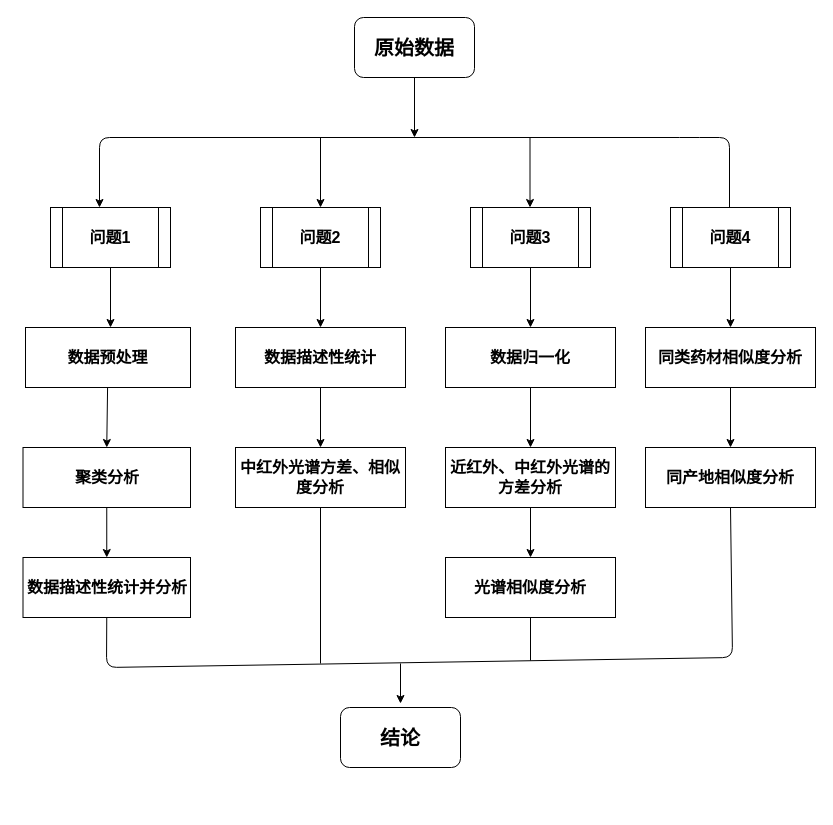
enrichskill/JavaWeb keeps this draw.io diagram as Untitled Diagram.drawio. Above is the earlier version. Source tidied: cells renumbered, new cells numbered last; positions are measured from the earlier drawing's top-left corner, leaving out a move shared by most shapes. Both pictures are drawn from the tidied source at 100%, with x=0, y=0 at pixel (22, 17).
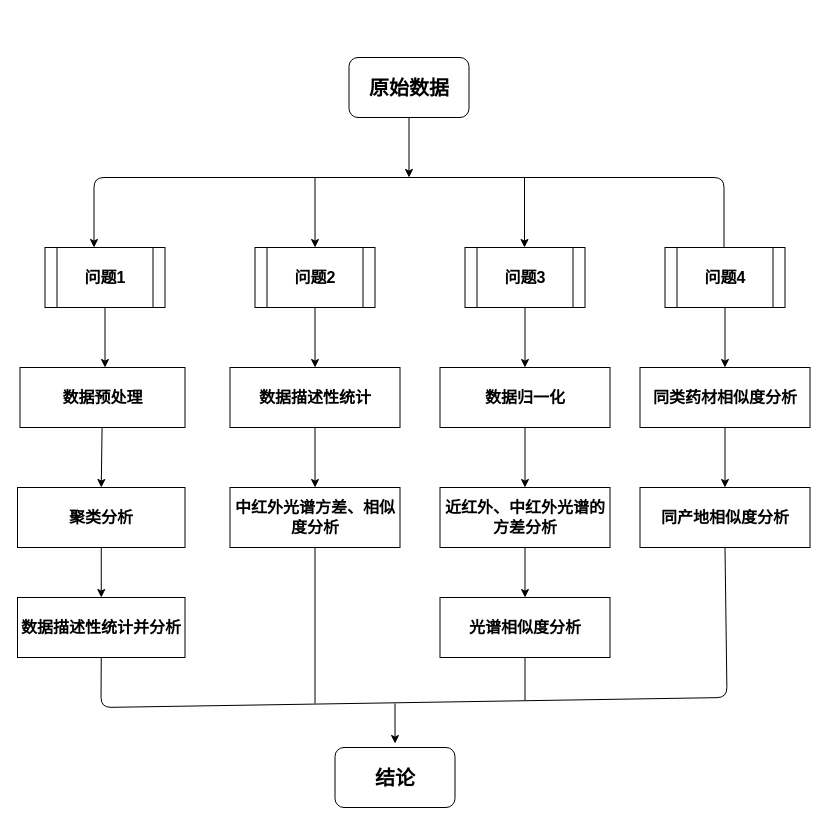
After the change.

The edit, as a diff of the source:
```diff
@@
+    <mxCell id="36" style="group;" parent="1" vertex="1">
+      <mxGeometry x="-5" y="40" width="792.5" height="750" as="geometry" />
+    </mxCell>
-    <mxCell id="2" style="edgeStyle=none;rounded=0;jettySize=auto;html=1;exitX=0.5;exitY=1;exitDx=0;exitDy=0;" parent="1" edge="1" source="3">
-      <mxGeometry x="22.5" as="geometry">
-        <mxPoint x="392" y="120" as="targetPoint" />
+    <mxCell id="2" style="edgeStyle=none;rounded=0;jettySize=auto;html=1;exitX=0.5;exitY=1;exitDx=0;exitDy=0;" parent="36" edge="1" source="3">
+      <mxGeometry as="geometry">
+        <mxPoint x="391.5" y="120" as="targetPoint" />
       </mxGeometry>
     </mxCell>
-    <mxCell id="3" value="原始数据" style="rounded=1;whiteSpace=wrap;html=1;fontSize=20;fontStyle=1;" parent="1" vertex="1">
-      <mxGeometry x="332" width="120" height="60" as="geometry" />
+    <mxCell id="3" value="原始数据" style="rounded=1;whiteSpace=wrap;html=1;fontSize=20;fontStyle=1;" parent="36" vertex="1">
+      <mxGeometry x="331.5" width="120" height="60" as="geometry" />
     </mxCell>
-    <mxCell id="4" style="edgeStyle=none;rounded=0;orthogonalLoop=1;jettySize=auto;html=1;" parent="1" edge="1">
-      <mxGeometry x="22.5" as="geometry">
-        <mxPoint x="88" y="250" as="sourcePoint" />
-        <mxPoint x="88" y="310" as="targetPoint" />
+    <mxCell id="4" style="edgeStyle=none;rounded=0;orthogonalLoop=1;jettySize=auto;html=1;" parent="36" edge="1">
+      <mxGeometry as="geometry">
+        <mxPoint x="87.5" y="250" as="sourcePoint" />
+        <mxPoint x="87.5" y="310" as="targetPoint" />
       </mxGeometry>
     </mxCell>
-    <mxCell id="5" style="edgeStyle=none;rounded=0;jettySize=auto;html=1;exitX=0.5;exitY=1;exitDx=0;exitDy=0;entryX=0.5;entryY=0;entryDx=0;entryDy=0;" parent="1" edge="1" source="34" target="21">
-      <mxGeometry x="22.5" as="geometry" />
-    </mxCell>
-    <mxCell id="6" style="endArrow=classic;html=1;" parent="1" edge="1">
-      <mxGeometry x="22.5" as="geometry">
-        <mxPoint x="298" y="120" as="sourcePoint" />
-        <mxPoint x="298" y="190" as="targetPoint" />
+    <mxCell id="6" style="endArrow=classic;html=1;" parent="36" edge="1">
+      <mxGeometry as="geometry">
+        <mxPoint x="297.5" y="120" as="sourcePoint" />
+        <mxPoint x="297.5" y="190" as="targetPoint" />
       </mxGeometry>
     </mxCell>
-    <mxCell id="7" style="endArrow=classic;html=1;entryX=0.5;entryY=0;entryDx=0;entryDy=0;" parent="1" edge="1">
-      <mxGeometry x="22.5" as="geometry">
-        <mxPoint x="507.5" y="120" as="sourcePoint" />
-        <mxPoint x="507.5" y="190" as="targetPoint" />
+    <mxCell id="7" style="endArrow=classic;html=1;entryX=0.5;entryY=0;entryDx=0;entryDy=0;" parent="36" edge="1">
+      <mxGeometry as="geometry">
+        <mxPoint x="507" y="120" as="sourcePoint" />
+        <mxPoint x="507" y="190" as="targetPoint" />
       </mxGeometry>
     </mxCell>
-    <mxCell id="8" style="endArrow=classic;startArrow=classic;html=1;exitX=0.5;exitY=0;exitDx=0;exitDy=0;" parent="1" edge="1">
-      <mxGeometry x="11.5" as="geometry">
-        <mxPoint x="77" y="190" as="sourcePoint" />
-        <mxPoint x="707" y="200" as="targetPoint" />
+    <mxCell id="8" style="endArrow=classic;startArrow=classic;html=1;exitX=0.5;exitY=0;exitDx=0;exitDy=0;" parent="36" edge="1">
+      <mxGeometry x="-11" as="geometry">
+        <mxPoint x="76.5" y="190" as="sourcePoint" />
+        <mxPoint x="706.5" y="200" as="targetPoint" />
         <Array as="points">
-          <mxPoint x="77" y="120" />
-          <mxPoint x="667" y="120" />
-          <mxPoint x="707" y="120" />
+          <mxPoint x="76.5" y="120" />
+          <mxPoint x="666.5" y="120" />
+          <mxPoint x="706.5" y="120" />
         </Array>
       </mxGeometry>
     </mxCell>
-    <mxCell id="9" value="数据预处理" style="rounded=0;whiteSpace=wrap;html=1;fontSize=16;fontStyle=1;" parent="1" vertex="1">
-      <mxGeometry x="3" y="310" width="165" height="60" as="geometry" />
+    <mxCell id="9" value="数据预处理" style="rounded=0;whiteSpace=wrap;html=1;fontSize=16;fontStyle=1;" parent="36" vertex="1">
+      <mxGeometry x="2.5" y="310" width="165" height="60" as="geometry" />
     </mxCell>
-    <mxCell id="10" value="问题1" style="shape=process;whiteSpace=wrap;html=1;backgroundOutline=1;strokeWidth=1;fontSize=16;fontStyle=1;" parent="1" vertex="1">
-      <mxGeometry x="28" y="190" width="120" height="60" as="geometry" />
+    <mxCell id="10" value="问题1" style="shape=process;whiteSpace=wrap;html=1;backgroundOutline=1;strokeWidth=1;fontSize=16;fontStyle=1;" parent="36" vertex="1">
+      <mxGeometry x="27.5" y="190" width="120" height="60" as="geometry" />
     </mxCell>
-    <mxCell id="11" value="问题2" style="shape=process;whiteSpace=wrap;html=1;backgroundOutline=1;strokeWidth=1;fontSize=16;fontStyle=1;" parent="1" vertex="1">
-      <mxGeometry x="238" y="190" width="120" height="60" as="geometry" />
+    <mxCell id="11" value="问题2" style="shape=process;whiteSpace=wrap;html=1;backgroundOutline=1;strokeWidth=1;fontSize=16;fontStyle=1;" parent="36" vertex="1">
+      <mxGeometry x="237.5" y="190" width="120" height="60" as="geometry" />
     </mxCell>
-    <mxCell id="12" value="问题3" style="shape=process;whiteSpace=wrap;html=1;backgroundOutline=1;strokeWidth=1;fontSize=16;fontStyle=1;" parent="1" vertex="1">
-      <mxGeometry x="448" y="190" width="120" height="60" as="geometry" />
+    <mxCell id="12" value="问题3" style="shape=process;whiteSpace=wrap;html=1;backgroundOutline=1;strokeWidth=1;fontSize=16;fontStyle=1;" parent="36" vertex="1">
+      <mxGeometry x="447.5" y="190" width="120" height="60" as="geometry" />
     </mxCell>
-    <mxCell id="13" value="聚类分析" style="rounded=0;whiteSpace=wrap;html=1;fontSize=16;fontStyle=1;" parent="1" vertex="1">
-      <mxGeometry x="0.5" y="430" width="167.5" height="60" as="geometry" />
+    <mxCell id="13" value="聚类分析" style="rounded=0;whiteSpace=wrap;html=1;fontSize=16;fontStyle=1;" parent="36" vertex="1">
+      <mxGeometry y="430" width="167.5" height="60" as="geometry" />
     </mxCell>
-    <mxCell id="14" style="edgeStyle=none;rounded=0;jettySize=auto;html=1;entryX=0.5;entryY=0;entryDx=0;entryDy=0;" parent="1" edge="1" source="9" target="13">
-      <mxGeometry x="22.5" as="geometry" />
+    <mxCell id="14" style="edgeStyle=none;rounded=0;jettySize=auto;html=1;entryX=0.5;entryY=0;entryDx=0;entryDy=0;" parent="36" edge="1" source="9" target="13">
+      <mxGeometry as="geometry" />
     </mxCell>
-    <mxCell id="15" value="数据描述性统计" style="rounded=0;whiteSpace=wrap;html=1;fontSize=16;fontStyle=1;" parent="1" vertex="1">
-      <mxGeometry x="213" y="310" width="170" height="60" as="geometry" />
+    <mxCell id="15" value="数据描述性统计" style="rounded=0;whiteSpace=wrap;html=1;fontSize=16;fontStyle=1;" parent="36" vertex="1">
+      <mxGeometry x="212.5" y="310" width="170" height="60" as="geometry" />
     </mxCell>
-    <mxCell id="16" style="edgeStyle=none;rounded=0;jettySize=auto;html=1;entryX=0.5;entryY=0;entryDx=0;entryDy=0;" parent="1" edge="1" source="11" target="15">
-      <mxGeometry x="22.5" as="geometry" />
+    <mxCell id="16" style="edgeStyle=none;rounded=0;jettySize=auto;html=1;entryX=0.5;entryY=0;entryDx=0;entryDy=0;" parent="36" edge="1" source="11" target="15">
+      <mxGeometry as="geometry" />
     </mxCell>
-    <mxCell id="17" value="中红外光谱方差、相似度分析" style="rounded=0;whiteSpace=wrap;html=1;fontSize=16;fontStyle=1;" parent="1" vertex="1">
-      <mxGeometry x="213" y="430" width="170" height="60" as="geometry" />
+    <mxCell id="17" value="中红外光谱方差、相似度分析" style="rounded=0;whiteSpace=wrap;html=1;fontSize=16;fontStyle=1;" parent="36" vertex="1">
+      <mxGeometry x="212.5" y="430" width="170" height="60" as="geometry" />
     </mxCell>
-    <mxCell id="18" style="edgeStyle=none;rounded=0;jettySize=auto;html=1;entryX=0.5;entryY=0;entryDx=0;entryDy=0;" parent="1" edge="1" source="15" target="17">
-      <mxGeometry x="22.5" as="geometry" />
+    <mxCell id="18" style="edgeStyle=none;rounded=0;jettySize=auto;html=1;entryX=0.5;entryY=0;entryDx=0;entryDy=0;" parent="36" edge="1" source="15" target="17">
+      <mxGeometry as="geometry" />
     </mxCell>
-    <mxCell id="19" value="数据归一化" style="rounded=0;whiteSpace=wrap;html=1;fontSize=16;fontStyle=1;" parent="1" vertex="1">
-      <mxGeometry x="423" y="310" width="170" height="60" as="geometry" />
+    <mxCell id="19" value="数据归一化" style="rounded=0;whiteSpace=wrap;html=1;fontSize=16;fontStyle=1;" parent="36" vertex="1">
+      <mxGeometry x="422.5" y="310" width="170" height="60" as="geometry" />
     </mxCell>
-    <mxCell id="20" style="edgeStyle=none;rounded=0;jettySize=auto;html=1;entryX=0.5;entryY=0;entryDx=0;entryDy=0;" parent="1" edge="1" source="12" target="19">
-      <mxGeometry x="22.5" as="geometry" />
+    <mxCell id="20" style="edgeStyle=none;rounded=0;jettySize=auto;html=1;entryX=0.5;entryY=0;entryDx=0;entryDy=0;" parent="36" edge="1" source="12" target="19">
+      <mxGeometry as="geometry" />
     </mxCell>
-    <mxCell id="21" value="同类药材相似度分析" style="rounded=0;whiteSpace=wrap;html=1;fontSize=16;fontStyle=1;" parent="1" vertex="1">
-      <mxGeometry x="623" y="310" width="170" height="60" as="geometry" />
+    <mxCell id="21" value="同类药材相似度分析" style="rounded=0;whiteSpace=wrap;html=1;fontSize=16;fontStyle=1;" parent="36" vertex="1">
+      <mxGeometry x="622.5" y="310" width="170" height="60" as="geometry" />
     </mxCell>
-    <mxCell id="22" value="近红外、中红外光谱的方差分析" style="rounded=0;whiteSpace=wrap;html=1;fontSize=16;fontStyle=1;" parent="1" vertex="1">
-      <mxGeometry x="423" y="430" width="170" height="60" as="geometry" />
+    <mxCell id="22" value="近红外、中红外光谱的方差分析" style="rounded=0;whiteSpace=wrap;html=1;fontSize=16;fontStyle=1;" parent="36" vertex="1">
+      <mxGeometry x="422.5" y="430" width="170" height="60" as="geometry" />
     </mxCell>
-    <mxCell id="23" style="edgeStyle=none;rounded=0;jettySize=auto;html=1;exitX=0.5;exitY=1;exitDx=0;exitDy=0;entryX=0.5;entryY=0;entryDx=0;entryDy=0;" parent="1" edge="1" source="19" target="22">
-      <mxGeometry x="22.5" as="geometry" />
+    <mxCell id="23" style="edgeStyle=none;rounded=0;jettySize=auto;html=1;exitX=0.5;exitY=1;exitDx=0;exitDy=0;entryX=0.5;entryY=0;entryDx=0;entryDy=0;" parent="36" edge="1" source="19" target="22">
+      <mxGeometry as="geometry" />
     </mxCell>
-    <mxCell id="24" value="同产地相似度分析" style="whiteSpace=wrap;html=1;strokeWidth=1;fontSize=16;fontStyle=1;" parent="1" vertex="1">
-      <mxGeometry x="623" y="430" width="170" height="60" as="geometry" />
+    <mxCell id="24" value="同产地相似度分析" style="whiteSpace=wrap;html=1;strokeWidth=1;fontSize=16;fontStyle=1;" parent="36" vertex="1">
+      <mxGeometry x="622.5" y="430" width="170" height="60" as="geometry" />
     </mxCell>
-    <mxCell id="25" style="edgeStyle=none;rounded=0;jettySize=auto;html=1;exitX=0.5;exitY=1;exitDx=0;exitDy=0;" parent="1" edge="1" source="21">
-      <mxGeometry x="22.5" as="geometry">
-        <mxPoint x="708" y="430" as="targetPoint" />
+    <mxCell id="25" style="edgeStyle=none;rounded=0;jettySize=auto;html=1;exitX=0.5;exitY=1;exitDx=0;exitDy=0;" parent="36" edge="1" source="21">
+      <mxGeometry as="geometry">
+        <mxPoint x="707.5" y="430" as="targetPoint" />
       </mxGeometry>
     </mxCell>
-    <mxCell id="26" value="&lt;span style=&quot;font-size: 16px;&quot;&gt;数据描述性统计并分析&lt;/span&gt;" style="rounded=0;whiteSpace=wrap;html=1;fontSize=16;fontStyle=1;" parent="1" vertex="1">
-      <mxGeometry x="0.5" y="540" width="167.5" height="60" as="geometry" />
+    <mxCell id="26" value="&lt;span style=&quot;font-size: 16px;&quot;&gt;数据描述性统计并分析&lt;/span&gt;" style="rounded=0;whiteSpace=wrap;html=1;fontSize=16;fontStyle=1;" parent="36" vertex="1">
+      <mxGeometry y="540" width="167.5" height="60" as="geometry" />
     </mxCell>
-    <mxCell id="27" style="edgeStyle=none;rounded=0;jettySize=auto;html=1;entryX=0.5;entryY=0;entryDx=0;entryDy=0;" parent="1" edge="1" source="13" target="26">
-      <mxGeometry x="22.5" as="geometry" />
+    <mxCell id="27" style="edgeStyle=none;rounded=0;jettySize=auto;html=1;entryX=0.5;entryY=0;entryDx=0;entryDy=0;" parent="36" edge="1" source="13" target="26">
+      <mxGeometry as="geometry" />
     </mxCell>
-    <mxCell id="28" value="光谱相似度分析" style="whiteSpace=wrap;html=1;strokeWidth=1;fontSize=16;fontStyle=1;" parent="1" vertex="1">
-      <mxGeometry x="423" y="540" width="170" height="60" as="geometry" />
+    <mxCell id="28" value="光谱相似度分析" style="whiteSpace=wrap;html=1;strokeWidth=1;fontSize=16;fontStyle=1;" parent="36" vertex="1">
+      <mxGeometry x="422.5" y="540" width="170" height="60" as="geometry" />
     </mxCell>
-    <mxCell id="29" style="edgeStyle=none;rounded=0;jettySize=auto;html=1;entryX=0.5;entryY=0;entryDx=0;entryDy=0;" parent="1" edge="1" source="22" target="28">
-      <mxGeometry x="22.5" as="geometry" />
+    <mxCell id="29" style="edgeStyle=none;rounded=0;jettySize=auto;html=1;entryX=0.5;entryY=0;entryDx=0;entryDy=0;" parent="36" edge="1" source="22" target="28">
+      <mxGeometry as="geometry" />
     </mxCell>
-    <mxCell id="30" value="结论" style="rounded=1;whiteSpace=wrap;html=1;strokeWidth=1;fontSize=20;fontStyle=1;" parent="1" vertex="1">
-      <mxGeometry x="318" y="690" width="120" height="60" as="geometry" />
+    <mxCell id="30" value="结论" style="rounded=1;whiteSpace=wrap;html=1;strokeWidth=1;fontSize=20;fontStyle=1;" parent="36" vertex="1">
+      <mxGeometry x="317.5" y="690" width="120" height="60" as="geometry" />
     </mxCell>
-    <mxCell id="31" style="endArrow=none;html=1;exitX=0.5;exitY=1;exitDx=0;exitDy=0;entryX=0.5;entryY=1;entryDx=0;entryDy=0;" parent="1" edge="1" source="26" target="24">
-      <mxGeometry x="22.5" as="geometry">
+    <mxCell id="31" style="endArrow=none;html=1;exitX=0.5;exitY=1;exitDx=0;exitDy=0;entryX=0.5;entryY=1;entryDx=0;entryDy=0;" parent="36" edge="1" source="26" target="24">
+      <mxGeometry as="geometry">
         <Array as="points">
-          <mxPoint x="84" y="650" />
-          <mxPoint x="710" y="640" />
+          <mxPoint x="83.5" y="650" />
+          <mxPoint x="709.5" y="640" />
         </Array>
       </mxGeometry>
     </mxCell>
-    <mxCell id="32" style="endArrow=none;html=1;" parent="1" edge="1">
-      <mxGeometry x="22.5" y="-20" as="geometry">
-        <mxPoint x="508" y="600" as="sourcePoint" />
-        <mxPoint x="508" y="643" as="targetPoint" />
+    <mxCell id="32" style="endArrow=none;html=1;" parent="36" edge="1">
+      <mxGeometry y="-20" as="geometry">
+        <mxPoint x="507.5" y="600" as="sourcePoint" />
+        <mxPoint x="507.5" y="643" as="targetPoint" />
       </mxGeometry>
     </mxCell>
-    <mxCell id="33" style="endArrow=none;html=1;entryX=0.5;entryY=1;entryDx=0;entryDy=0;" parent="1" edge="1" target="17">
-      <mxGeometry x="22.5" y="6" as="geometry">
-        <mxPoint x="298" y="646" as="sourcePoint" />
+    <mxCell id="33" style="endArrow=none;html=1;entryX=0.5;entryY=1;entryDx=0;entryDy=0;" parent="36" edge="1" target="17">
+      <mxGeometry y="6" as="geometry">
+        <mxPoint x="297.5" y="646" as="sourcePoint" />
       </mxGeometry>
     </mxCell>
-    <mxCell id="34" value="问题4" style="shape=process;whiteSpace=wrap;html=1;backgroundOutline=1;strokeWidth=1;fontSize=16;fontStyle=1;" parent="1" vertex="1">
-      <mxGeometry x="648" y="190" width="120" height="60" as="geometry" />
+    <mxCell id="34" value="问题4" style="shape=process;whiteSpace=wrap;html=1;backgroundOutline=1;strokeWidth=1;fontSize=16;fontStyle=1;" parent="36" vertex="1">
+      <mxGeometry x="647.5" y="190" width="120" height="60" as="geometry" />
     </mxCell>
+    <mxCell id="5" style="edgeStyle=none;rounded=0;jettySize=auto;html=1;exitX=0.5;exitY=1;exitDx=0;exitDy=0;entryX=0.5;entryY=0;entryDx=0;entryDy=0;" parent="36" edge="1" source="34" target="21">
+      <mxGeometry as="geometry" />
+    </mxCell>
-    <mxCell id="35" style="endArrow=classic;html=1;entryX=0.5;entryY=0;entryDx=0;entryDy=0;" parent="1" edge="1">
+    <mxCell id="35" style="endArrow=classic;html=1;entryX=0.5;entryY=0;entryDx=0;entryDy=0;" parent="36" edge="1">
       <mxGeometry relative="1" as="geometry">
-        <mxPoint x="378" y="646" as="sourcePoint" />
-        <mxPoint x="378" y="686" as="targetPoint" />
+        <mxPoint x="377.5" y="646" as="sourcePoint" />
+        <mxPoint x="377.5" y="686" as="targetPoint" />
       </mxGeometry>
     </mxCell>
```
